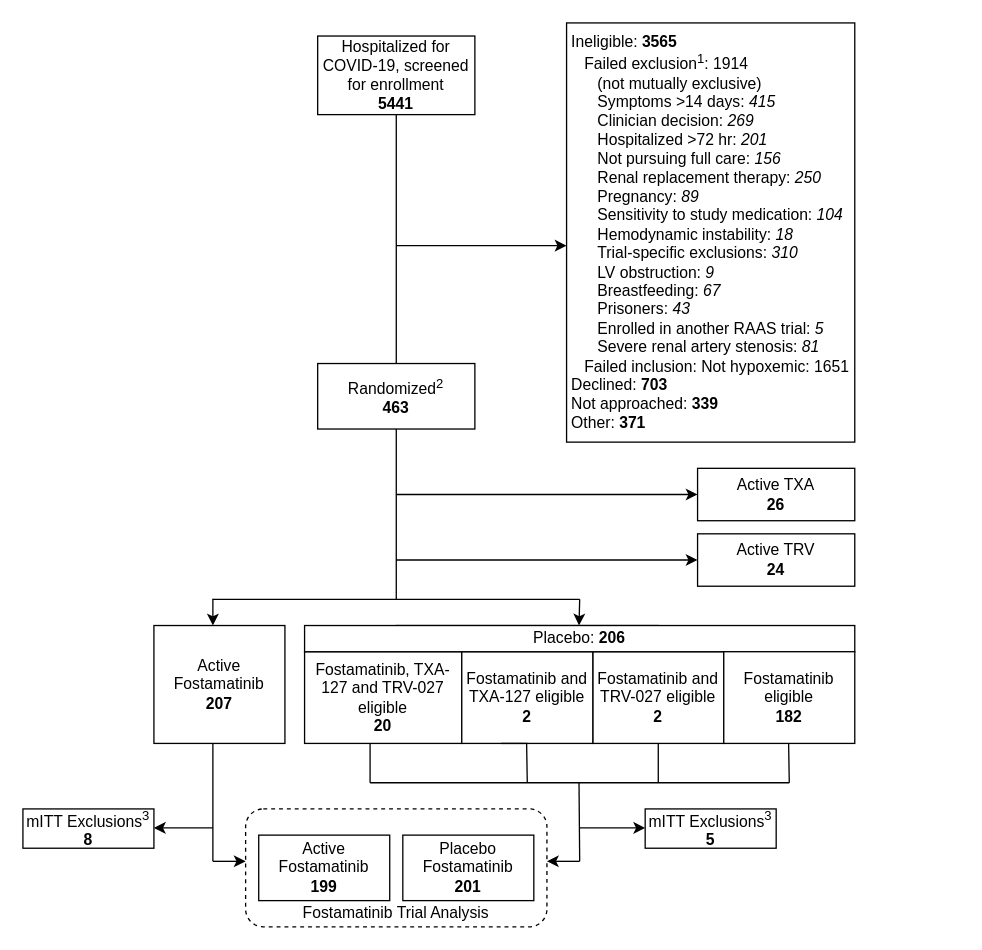
Before: A4HT-CONSORT.drawio in jjdeclercq/VUMisC, a draw.io diagram. Source tidied: cells renumbered, new cells numbered last; positions are measured from the earlier drawing's top-left corner, leaving out a move shared by most shapes. Both pictures are drawn from the tidied source at 131%, with x=0, y=0 at pixel (22, 22).
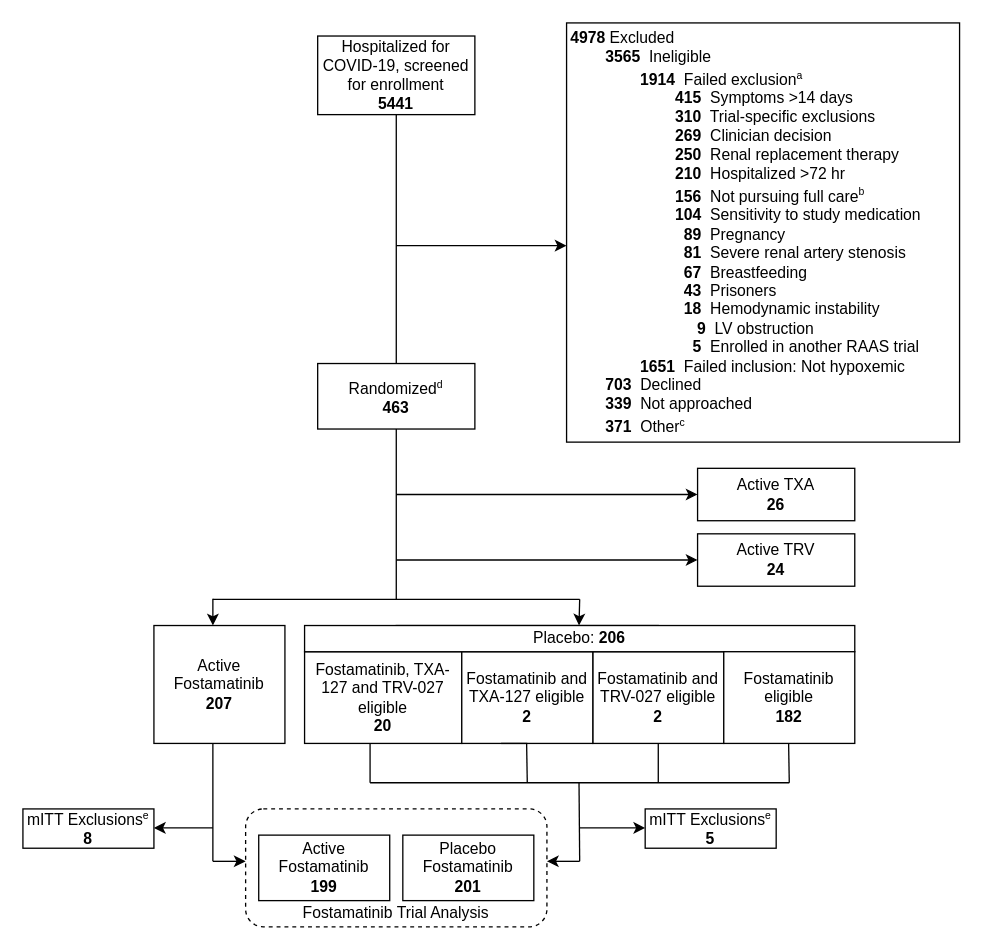
After the change.

Change to the diagram source:
```diff
@@
-    <mxCell id="5" value="&lt;div style=&quot;text-align: left;&quot;&gt;&lt;span style=&quot;background-color: initial;&quot;&gt;Ineligible: &lt;b&gt;3565&lt;/b&gt;&lt;/span&gt;&lt;/div&gt;&lt;div style=&quot;text-align: left;&quot;&gt;&lt;span style=&quot;background-color: initial;&quot;&gt;&lt;b&gt;&amp;nbsp; &amp;nbsp;&lt;/b&gt;Failed exclusion&lt;sup&gt;1&lt;/sup&gt;: 1914&lt;/span&gt;&lt;/div&gt;&lt;div style=&quot;text-align: left;&quot;&gt;&lt;span style=&quot;background-color: initial;&quot;&gt;&lt;b&gt;&amp;nbsp; &amp;nbsp; &amp;nbsp; &lt;/b&gt;(not mutually exclusive)&lt;/span&gt;&lt;/div&gt;&lt;div style=&quot;text-align: left;&quot;&gt;&lt;span style=&quot;background-color: initial;&quot;&gt;&amp;nbsp; &amp;nbsp; &amp;nbsp; Symptoms &amp;gt;14 days: &lt;i&gt;415&lt;/i&gt;&lt;/span&gt;&lt;br&gt;&lt;/div&gt;&lt;div style=&quot;text-align: left;&quot;&gt;&amp;nbsp; &amp;nbsp; &amp;nbsp; Clinician decision: &lt;i&gt;269&lt;/i&gt;&lt;/div&gt;&lt;div style=&quot;text-align: left;&quot;&gt;&amp;nbsp; &amp;nbsp; &amp;nbsp; Hospitalized &amp;gt;72 hr: &lt;i&gt;201&lt;/i&gt;&lt;/div&gt;&lt;div style=&quot;text-align: left;&quot;&gt;&amp;nbsp; &amp;nbsp; &amp;nbsp; Not pursuing full care: &lt;i&gt;156&lt;/i&gt;&lt;br&gt;&lt;/div&gt;&lt;div style=&quot;text-align: left;&quot;&gt;&amp;nbsp; &amp;nbsp; &amp;nbsp; Renal replacement therapy: &lt;i&gt;250&lt;/i&gt;&lt;/div&gt;&lt;div style=&quot;text-align: left;&quot;&gt;&lt;span style=&quot;background-color: initial;&quot;&gt;&amp;nbsp; &amp;nbsp; &amp;nbsp; Pregnancy: &lt;i&gt;89&lt;/i&gt;&lt;/span&gt;&lt;/div&gt;&lt;div style=&quot;text-align: left;&quot;&gt;&lt;b style=&quot;background-color: initial;&quot;&gt;&amp;nbsp; &amp;nbsp; &amp;nbsp; &lt;/b&gt;&lt;span style=&quot;background-color: initial;&quot;&gt;Sensitivity to study medication: &lt;i&gt;104&lt;/i&gt;&lt;/span&gt;&lt;/div&gt;&lt;div style=&quot;text-align: left;&quot;&gt;&lt;span style=&quot;background-color: initial;&quot;&gt;&amp;nbsp; &amp;nbsp; &amp;nbsp; Hemodynamic instability: &lt;i&gt;18&lt;/i&gt;&lt;/span&gt;&lt;/div&gt;&lt;div style=&quot;text-align: left;&quot;&gt;&lt;span style=&quot;border-color: var(--border-color);&quot;&gt;&amp;nbsp; &amp;nbsp; &amp;nbsp;&amp;nbsp;&lt;/span&gt;Trial-specific exclusions: &lt;i&gt;310&lt;/i&gt;&lt;span style=&quot;background-color: initial;&quot;&gt;&lt;b&gt;&lt;br&gt;&lt;/b&gt;&lt;/span&gt;&lt;/div&gt;&lt;div style=&quot;text-align: left;&quot;&gt;&lt;span style=&quot;background-color: initial;&quot;&gt;&lt;b&gt;&amp;nbsp; &amp;nbsp; &amp;nbsp; &lt;/b&gt;LV obstruction: &lt;i&gt;9&lt;/i&gt;&lt;/span&gt;&lt;/div&gt;&lt;div style=&quot;text-align: left;&quot;&gt;&lt;span style=&quot;background-color: initial;&quot;&gt;&lt;b&gt;&amp;nbsp; &amp;nbsp; &amp;nbsp; &lt;/b&gt;Breastfeeding: &lt;i&gt;67&lt;/i&gt;&lt;/span&gt;&lt;/div&gt;&lt;div style=&quot;text-align: left;&quot;&gt;&lt;span style=&quot;background-color: initial;&quot;&gt;&amp;nbsp; &amp;nbsp; &amp;nbsp; Prisoners: &lt;i&gt;43&lt;/i&gt;&lt;/span&gt;&lt;/div&gt;&lt;div style=&quot;text-align: left;&quot;&gt;&lt;span style=&quot;background-color: initial;&quot;&gt;&amp;nbsp; &amp;nbsp; &amp;nbsp; Enrolled in another RAAS trial: &lt;i&gt;5&lt;/i&gt;&lt;/span&gt;&lt;/div&gt;&lt;div style=&quot;text-align: left;&quot;&gt;&lt;span style=&quot;background-color: initial;&quot;&gt;&amp;nbsp; &amp;nbsp; &amp;nbsp; Severe renal artery stenosis: &lt;i&gt;81&lt;/i&gt;&lt;/span&gt;&lt;/div&gt;&lt;div style=&quot;text-align: left;&quot;&gt;&amp;nbsp; &amp;nbsp;Failed inclusion: Not hypoxemic: 1651&lt;br&gt;&lt;/div&gt;&lt;div style=&quot;text-align: left;&quot;&gt;&lt;span style=&quot;border-color: var(--border-color);&quot;&gt;Declined: &lt;b&gt;703&lt;/b&gt;&lt;br&gt;&lt;/span&gt;&lt;/div&gt;&lt;div style=&quot;text-align: left;&quot;&gt;&lt;span style=&quot;background-color: initial;&quot;&gt;Not approached: &lt;b&gt;339&lt;/b&gt;&lt;/span&gt;&lt;/div&gt;&lt;div style=&quot;text-align: left;&quot;&gt;&lt;span style=&quot;background-color: initial;&quot;&gt;Other: &lt;b&gt;371&lt;/b&gt;&lt;/span&gt;&lt;br&gt;&lt;/div&gt;" style="rounded=0;whiteSpace=wrap;html=1;" parent="1" vertex="1">
-      <mxGeometry x="415" width="220" height="320" as="geometry" />
+    <mxCell id="5" value="&lt;div style=&quot;text-align: left;&quot;&gt;&lt;span style=&quot;background-color: initial;&quot;&gt;&lt;b&gt;4978 &lt;/b&gt;Excluded&lt;br&gt;&lt;/span&gt;&lt;/div&gt;&lt;div style=&quot;text-align: left;&quot;&gt;&lt;span style=&quot;background-color: initial;&quot;&gt;&lt;b&gt;&lt;span style=&quot;white-space: pre;&quot;&gt;&#9;&lt;/span&gt;3565&lt;/b&gt;&amp;nbsp; Ineligible&lt;/span&gt;&lt;/div&gt;&lt;div style=&quot;text-align: left;&quot;&gt;&lt;span style=&quot;background-color: initial;&quot;&gt;&lt;span style=&quot;white-space: pre;&quot;&gt;&#9;&lt;span style=&quot;white-space: pre;&quot;&gt;&#9;&lt;/span&gt;&lt;/span&gt;&lt;b&gt;1914&lt;/b&gt;&amp;nbsp; Failed exclusion&lt;sup style=&quot;&quot;&gt;&lt;font style=&quot;font-size: 8px;&quot;&gt;a&lt;/font&gt;&lt;/sup&gt;&lt;/span&gt;&lt;/div&gt;&lt;div style=&quot;text-align: left;&quot;&gt;&lt;span style=&quot;background-color: initial;&quot;&gt;&lt;span style=&quot;white-space: pre;&quot;&gt;&#9;&lt;/span&gt;&lt;span style=&quot;white-space: pre;&quot;&gt;&#9;&lt;span style=&quot;white-space: pre;&quot;&gt;&#9;&lt;/span&gt;&lt;/span&gt;&lt;b&gt;415&lt;/b&gt;&amp;nbsp; Symptoms &amp;gt;14 days&lt;/span&gt;&lt;br&gt;&lt;/div&gt;&lt;div style=&quot;text-align: left;&quot;&gt;&lt;span style=&quot;white-space: pre;&quot;&gt;&#9;&lt;/span&gt;&lt;span style=&quot;white-space: pre;&quot;&gt;&#9;&lt;span style=&quot;white-space: pre;&quot;&gt;&#9;&lt;/span&gt;&lt;/span&gt;&lt;b&gt;310&lt;/b&gt;&amp;nbsp; Trial-specific exclusions&lt;span style=&quot;background-color: initial;&quot;&gt;&lt;br&gt;&lt;/span&gt;&lt;/div&gt;&lt;div style=&quot;text-align: left;&quot;&gt;&lt;span style=&quot;white-space: pre;&quot;&gt;&#9;&lt;/span&gt;&lt;span style=&quot;white-space: pre;&quot;&gt;&#9;&lt;span style=&quot;white-space: pre;&quot;&gt;&#9;&lt;/span&gt;&lt;/span&gt;&lt;b&gt;269&lt;/b&gt;&amp;nbsp; Clinician decision&lt;/div&gt;&lt;div style=&quot;text-align: left;&quot;&gt;&lt;b&gt;&lt;span style=&quot;white-space: pre;&quot;&gt;&#9;&lt;/span&gt;&lt;span style=&quot;white-space: pre;&quot;&gt;&#9;&lt;span style=&quot;white-space: pre;&quot;&gt;&#9;&lt;/span&gt;&lt;/span&gt;250&lt;/b&gt;&amp;nbsp; Renal replacement therapy&lt;br&gt;&lt;/div&gt;&lt;div style=&quot;text-align: left;&quot;&gt;&lt;span style=&quot;white-space: pre;&quot;&gt;&#9;&lt;/span&gt;&lt;span style=&quot;white-space: pre;&quot;&gt;&#9;&lt;span style=&quot;white-space: pre;&quot;&gt;&#9;&lt;/span&gt;&lt;/span&gt;&lt;b&gt;210&lt;/b&gt;&amp;nbsp; Hospitalized &amp;gt;72 hr&lt;/div&gt;&lt;div style=&quot;text-align: left;&quot;&gt;&lt;span style=&quot;white-space: pre;&quot;&gt;&#9;&lt;/span&gt;&lt;span style=&quot;white-space: pre;&quot;&gt;&#9;&lt;span style=&quot;white-space: pre;&quot;&gt;&#9;&lt;/span&gt;&lt;/span&gt;&lt;b&gt;156&lt;/b&gt;&amp;nbsp; Not pursuing full care&lt;sup&gt;&lt;font style=&quot;font-size: 8px;&quot;&gt;b&lt;/font&gt;&lt;/sup&gt;&lt;span style=&quot;background-color: initial; white-space: pre;&quot;&gt;&#9;&lt;/span&gt;&lt;/div&gt;&lt;div style=&quot;text-align: left;&quot;&gt;&lt;span style=&quot;background-color: initial; white-space: pre;&quot;&gt;&#9;&lt;/span&gt;&lt;span style=&quot;background-color: initial; white-space: pre;&quot;&gt;&#9;&lt;span style=&quot;white-space: pre;&quot;&gt;&#9;&lt;/span&gt;&lt;/span&gt;&lt;b style=&quot;background-color: initial;&quot;&gt;104&lt;/b&gt;&lt;span style=&quot;background-color: initial;&quot;&gt;&amp;nbsp; Sensitivity to study medication&lt;/span&gt;&lt;span style=&quot;background-color: initial; white-space: pre;&quot;&gt;&#9;&lt;/span&gt;&lt;/div&gt;&lt;div style=&quot;text-align: left;&quot;&gt;&lt;span style=&quot;background-color: initial;&quot;&gt;&lt;span style=&quot;white-space: pre;&quot;&gt;&#9;&lt;/span&gt;&lt;span style=&quot;white-space: pre;&quot;&gt;&#9;&lt;/span&gt;&amp;nbsp; &lt;span style=&quot;white-space: pre;&quot;&gt;&#9;&lt;/span&gt;&amp;nbsp;&amp;nbsp;&lt;b&gt;89&lt;/b&gt;&amp;nbsp; Pregnancy&lt;/span&gt;&lt;/div&gt;&lt;div style=&quot;text-align: left;&quot;&gt;&lt;span style=&quot;white-space: pre;&quot;&gt;&#9;&lt;/span&gt;&lt;span style=&quot;white-space: pre;&quot;&gt;&#9;&lt;/span&gt;&amp;nbsp;&amp;nbsp;&lt;span style=&quot;white-space: pre;&quot;&gt;&#9;&lt;/span&gt;&amp;nbsp;&amp;nbsp;&lt;b&gt;81&lt;/b&gt;&amp;nbsp;&amp;nbsp;Severe renal artery stenosis&lt;span style=&quot;background-color: initial;&quot;&gt;&lt;br&gt;&lt;/span&gt;&lt;/div&gt;&lt;div style=&quot;text-align: left;&quot;&gt;&lt;span style=&quot;white-space: pre;&quot;&gt;&#9;&lt;/span&gt;&amp;nbsp;&amp;nbsp;&lt;span style=&quot;white-space: pre;&quot;&gt;&#9;&lt;/span&gt;&amp;nbsp;&amp;nbsp;&lt;span style=&quot;white-space: pre;&quot;&gt;&#9;&lt;/span&gt;&amp;nbsp;&amp;nbsp;&lt;b&gt;67&lt;/b&gt;&amp;nbsp; Breastfeeding&lt;br&gt;&lt;/div&gt;&lt;div style=&quot;text-align: left;&quot;&gt;&lt;span style=&quot;white-space: pre;&quot;&gt;&#9;&lt;/span&gt;&lt;span style=&quot;white-space: pre;&quot;&gt;&#9;&lt;/span&gt;&amp;nbsp;&amp;nbsp;&lt;span style=&quot;white-space: pre;&quot;&gt;&#9;&lt;/span&gt;&amp;nbsp;&amp;nbsp;&lt;b&gt;43&lt;/b&gt;&amp;nbsp; Prisoners&lt;br&gt;&lt;/div&gt;&lt;div style=&quot;text-align: left;&quot;&gt;&lt;span style=&quot;background-color: initial;&quot;&gt;&lt;span style=&quot;white-space: pre;&quot;&gt;&#9;&lt;/span&gt;&lt;span style=&quot;white-space: pre;&quot;&gt;&#9;&lt;/span&gt;&amp;nbsp; &lt;span style=&quot;white-space: pre;&quot;&gt;&#9;&lt;/span&gt;&amp;nbsp;&amp;nbsp;&lt;b&gt;18&lt;/b&gt;&amp;nbsp; Hemodynamic instability&lt;/span&gt;&lt;/div&gt;&lt;div style=&quot;text-align: left;&quot;&gt;&lt;span style=&quot;background-color: initial;&quot;&gt;&lt;span style=&quot;white-space: pre;&quot;&gt;&#9;&lt;/span&gt;&lt;span style=&quot;white-space: pre;&quot;&gt;&#9;&lt;/span&gt;&amp;nbsp; &amp;nbsp;&lt;span style=&quot;white-space: pre;&quot;&gt;&#9;&lt;/span&gt;&amp;nbsp; &amp;nbsp;&amp;nbsp; &lt;b&gt;9&lt;/b&gt;&amp;nbsp; LV obstruction&lt;/span&gt;&lt;/div&gt;&lt;div style=&quot;text-align: left;&quot;&gt;&lt;span style=&quot;background-color: initial;&quot;&gt;&lt;span style=&quot;white-space: pre;&quot;&gt;&#9;&lt;/span&gt;&lt;span style=&quot;white-space: pre;&quot;&gt;&#9;&lt;/span&gt;&amp;nbsp; &amp;nbsp; &amp;nbsp; &amp;nbsp; &amp;nbsp; &amp;nbsp;&amp;nbsp;&lt;b&gt;5&lt;/b&gt;&amp;nbsp; Enrolled in another RAAS trial&lt;/span&gt;&lt;/div&gt;&lt;div style=&quot;text-align: left;&quot;&gt;&lt;span style=&quot;white-space: pre;&quot;&gt;&#9;&lt;span style=&quot;white-space: pre;&quot;&gt;&#9;&lt;/span&gt;&lt;/span&gt;&lt;b&gt;1651&lt;/b&gt;&amp;nbsp; Failed inclusion: Not hypoxemic&lt;br&gt;&lt;/div&gt;&lt;div style=&quot;text-align: left;&quot;&gt;&lt;span style=&quot;border-color: var(--border-color);&quot;&gt;&lt;b&gt;&lt;span style=&quot;white-space: pre;&quot;&gt;&#9;&lt;/span&gt;703&lt;/b&gt;&amp;nbsp; Declined&lt;br&gt;&lt;/span&gt;&lt;/div&gt;&lt;div style=&quot;text-align: left;&quot;&gt;&lt;span style=&quot;background-color: initial;&quot;&gt;&lt;b&gt;&lt;span style=&quot;white-space: pre;&quot;&gt;&#9;&lt;/span&gt;339&lt;/b&gt;&amp;nbsp; Not approached&lt;/span&gt;&lt;/div&gt;&lt;div style=&quot;text-align: left;&quot;&gt;&lt;span style=&quot;background-color: initial;&quot;&gt;&lt;b&gt;&lt;span style=&quot;white-space: pre;&quot;&gt;&#9;&lt;/span&gt;371&lt;/b&gt;&amp;nbsp; Other&lt;sup&gt;&lt;font style=&quot;font-size: 8px;&quot;&gt;c&lt;/font&gt;&lt;/sup&gt;&lt;/span&gt;&lt;br&gt;&lt;/div&gt;" style="rounded=0;whiteSpace=wrap;html=1;" parent="1" vertex="1">
+      <mxGeometry x="415" width="300" height="320" as="geometry" />
     </mxCell>
-    <mxCell id="6" value="Randomized&lt;sup style=&quot;&quot;&gt;&lt;font style=&quot;font-size: 10px;&quot;&gt;2&lt;/font&gt;&lt;/sup&gt;&lt;br&gt;&lt;b&gt;463&lt;/b&gt;" style="rounded=0;whiteSpace=wrap;html=1;" parent="1" vertex="1">
+    <mxCell id="6" value="Randomized&lt;sup style=&quot;&quot;&gt;&lt;font style=&quot;font-size: 8px;&quot;&gt;d&lt;/font&gt;&lt;/sup&gt;&lt;br&gt;&lt;b&gt;463&lt;/b&gt;" style="rounded=0;whiteSpace=wrap;html=1;" parent="1" vertex="1">
       <mxGeometry x="225" y="260" width="120" height="50" as="geometry" />
     </mxCell>
@@
-    <mxCell id="22" value="&lt;font style=&quot;font-size: 12px;&quot;&gt;mITT Exclusions&lt;sup&gt;3&lt;/sup&gt;&lt;br&gt;&lt;b&gt;8&lt;/b&gt;&lt;br&gt;&lt;/font&gt;" style="rounded=0;whiteSpace=wrap;html=1;fontSize=10;" parent="1" vertex="1">
+    <mxCell id="22" value="&lt;font style=&quot;&quot;&gt;&lt;span style=&quot;font-size: 12px;&quot;&gt;mITT Exclusions&lt;/span&gt;&lt;sup style=&quot;&quot;&gt;&lt;font style=&quot;font-size: 8px;&quot;&gt;e&lt;/font&gt;&lt;/sup&gt;&lt;br&gt;&lt;b style=&quot;font-size: 12px;&quot;&gt;8&lt;/b&gt;&lt;br&gt;&lt;/font&gt;" style="rounded=0;whiteSpace=wrap;html=1;fontSize=10;" parent="1" vertex="1">
       <mxGeometry y="600" width="100" height="30" as="geometry" />
     </mxCell>
-    <mxCell id="23" value="&lt;font style=&quot;font-size: 12px;&quot;&gt;mITT Exclusions&lt;sup style=&quot;border-color: var(--border-color);&quot;&gt;3&lt;/sup&gt;&lt;br&gt;&lt;b&gt;5&lt;/b&gt;&lt;br&gt;&lt;/font&gt;" style="rounded=0;whiteSpace=wrap;html=1;fontSize=10;" parent="1" vertex="1">
+    <mxCell id="23" value="&lt;font style=&quot;&quot;&gt;&lt;span style=&quot;font-size: 12px;&quot;&gt;mITT Exclusions&lt;/span&gt;&lt;sup style=&quot;border-color: var(--border-color);&quot;&gt;&lt;font style=&quot;font-size: 8px;&quot;&gt;e&lt;/font&gt;&lt;/sup&gt;&lt;br&gt;&lt;b style=&quot;font-size: 12px;&quot;&gt;5&lt;/b&gt;&lt;br&gt;&lt;/font&gt;" style="rounded=0;whiteSpace=wrap;html=1;fontSize=10;" parent="1" vertex="1">
       <mxGeometry x="475" y="600" width="100" height="30" as="geometry" />
     </mxCell>
```
